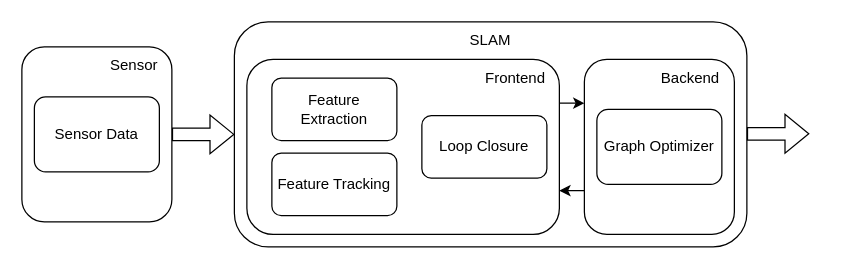
aaronxavier/research-project-code keeps this draw.io diagram as page "Page-4" (4 of 6) of Research Project.drawio. Above is the earlier version. Source tidied: cells renumbered, new cells numbered last; positions are measured from the earlier drawing's top-left corner, leaving out a move shared by most shapes. Both pictures are drawn from the tidied source at 125%, with x=0, y=0 at pixel (21, 21).
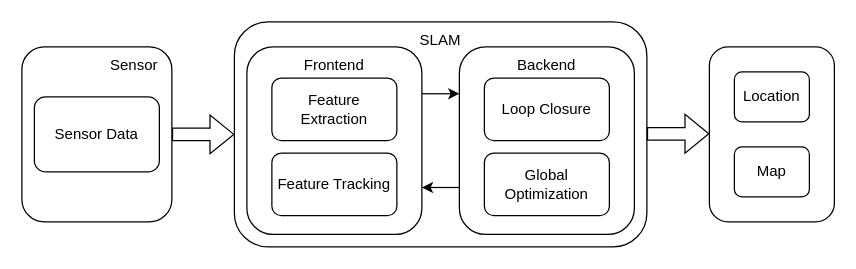
After the change.

Change to the diagram source:
```diff
@@
     <mxCell id="2" style="rounded=1;whiteSpace=wrap;html=1;" parent="1" vertex="1">
-      <mxGeometry x="170" width="410" height="180" as="geometry" />
+      <mxGeometry x="170" width="330" height="180" as="geometry" />
     </mxCell>
@@
     <mxCell id="4" style="rounded=1;whiteSpace=wrap;html=1;" parent="1" vertex="1">
-      <mxGeometry x="180" y="30" width="250" height="140" as="geometry" />
+      <mxGeometry x="180" y="20" width="140" height="150" as="geometry" />
     </mxCell>
@@
     <mxCell id="6" style="rounded=1;whiteSpace=wrap;html=1;" parent="1" vertex="1">
-      <mxGeometry x="450" y="30" width="120" height="140" as="geometry" />
+      <mxGeometry x="350" y="20" width="140" height="150" as="geometry" />
     </mxCell>
@@
-    <mxCell id="9" value="Loop Closure" style="rounded=1;whiteSpace=wrap;html=1;" parent="1" vertex="1">
-      <mxGeometry x="320" y="75" width="100" height="50" as="geometry" />
+    <mxCell id="9" value="Global Optimization" style="rounded=1;whiteSpace=wrap;html=1;" parent="1" vertex="1">
+      <mxGeometry x="370" y="105" width="100" height="50" as="geometry" />
     </mxCell>
-    <mxCell id="10" value="Graph Optimizer" style="rounded=1;whiteSpace=wrap;html=1;" parent="1" vertex="1">
-      <mxGeometry x="460" y="70" width="100" height="60" as="geometry" />
-    </mxCell>
     <mxCell id="11" value="Frontend" style="text;html=1;strokeColor=none;fillColor=none;align=center;verticalAlign=middle;whiteSpace=wrap;rounded=0;" parent="1" vertex="1">
-      <mxGeometry x="370" y="30" width="50" height="30" as="geometry" />
+      <mxGeometry x="225" y="20" width="50" height="30" as="geometry" />
     </mxCell>
     <mxCell id="12" value="Backend" style="text;html=1;strokeColor=none;fillColor=none;align=center;verticalAlign=middle;whiteSpace=wrap;rounded=0;" parent="1" vertex="1">
-      <mxGeometry x="510" y="30" width="50" height="30" as="geometry" />
+      <mxGeometry x="395" y="20" width="50" height="30" as="geometry" />
     </mxCell>
@@
     <mxCell id="14" style="shape=flexArrow;endArrow=classic;html=1;rounded=0;entryX=0;entryY=0.5;entryDx=0;entryDy=0;exitX=1;exitY=0.5;exitDx=0;exitDy=0;" parent="1" edge="1">
       <mxGeometry relative="1" as="geometry">
-        <mxPoint x="580" y="89.5" as="sourcePoint" />
-        <mxPoint x="630" y="89.5" as="targetPoint" />
+        <mxPoint x="500" y="89.5" as="sourcePoint" />
+        <mxPoint x="550" y="89.5" as="targetPoint" />
       </mxGeometry>
     </mxCell>
     <mxCell id="15" value="SLAM" style="text;html=1;strokeColor=none;fillColor=none;align=center;verticalAlign=middle;whiteSpace=wrap;rounded=0;" parent="1" vertex="1">
-      <mxGeometry x="350" width="50" height="30" as="geometry" />
+      <mxGeometry x="310" width="50" height="30" as="geometry" />
     </mxCell>
@@
+    <mxCell id="20" value="Loop Closure" style="rounded=1;whiteSpace=wrap;html=1;" parent="1" vertex="1">
+      <mxGeometry x="370" y="45" width="100" height="50" as="geometry" />
+    </mxCell>
+    <mxCell id="21" style="rounded=1;whiteSpace=wrap;html=1;" parent="1" vertex="1">
+      <mxGeometry x="550" y="20" width="100" height="140" as="geometry" />
+    </mxCell>
+    <mxCell id="22" value="Location" style="rounded=1;whiteSpace=wrap;html=1;" parent="1" vertex="1">
+      <mxGeometry x="570" y="40" width="60" height="40" as="geometry" />
+    </mxCell>
+    <mxCell id="23" value="Map" style="rounded=1;whiteSpace=wrap;html=1;" parent="1" vertex="1">
+      <mxGeometry x="570" y="100" width="60" height="40" as="geometry" />
+    </mxCell>
```
